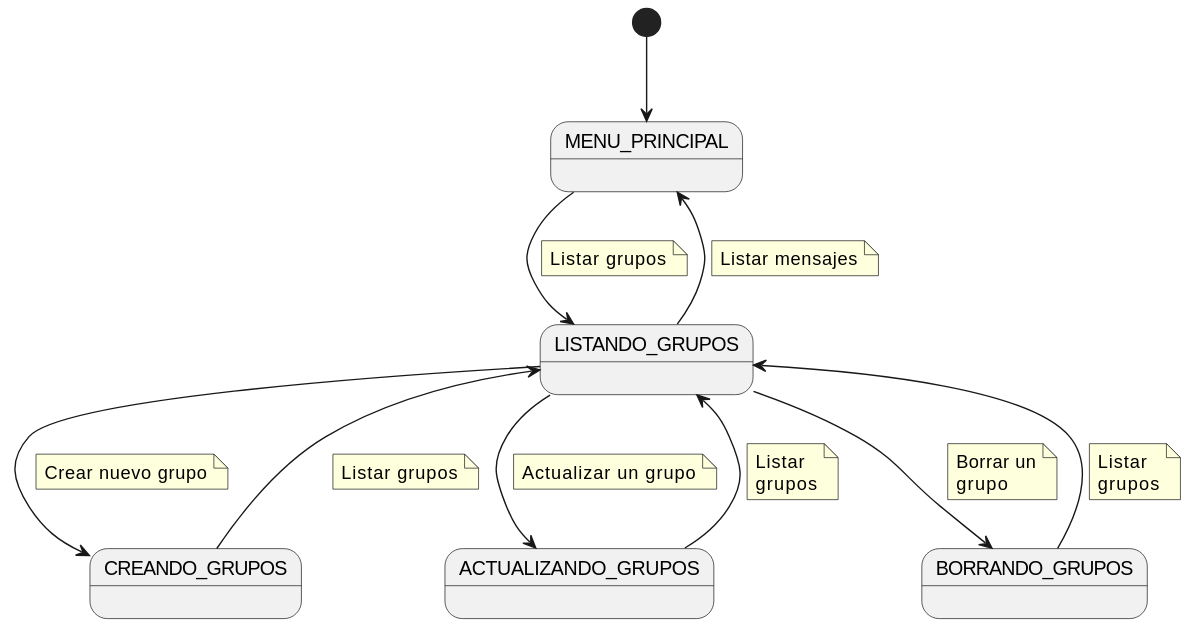
mmasias/24-25-IdSw1-SDR keeps this PlantUML diagram as docs/casosDeUso/diagramaDeContexto/DiagramaDeContextoManejoGrupos/diagramaContextoGrupos.svg. Above is the earlier version.
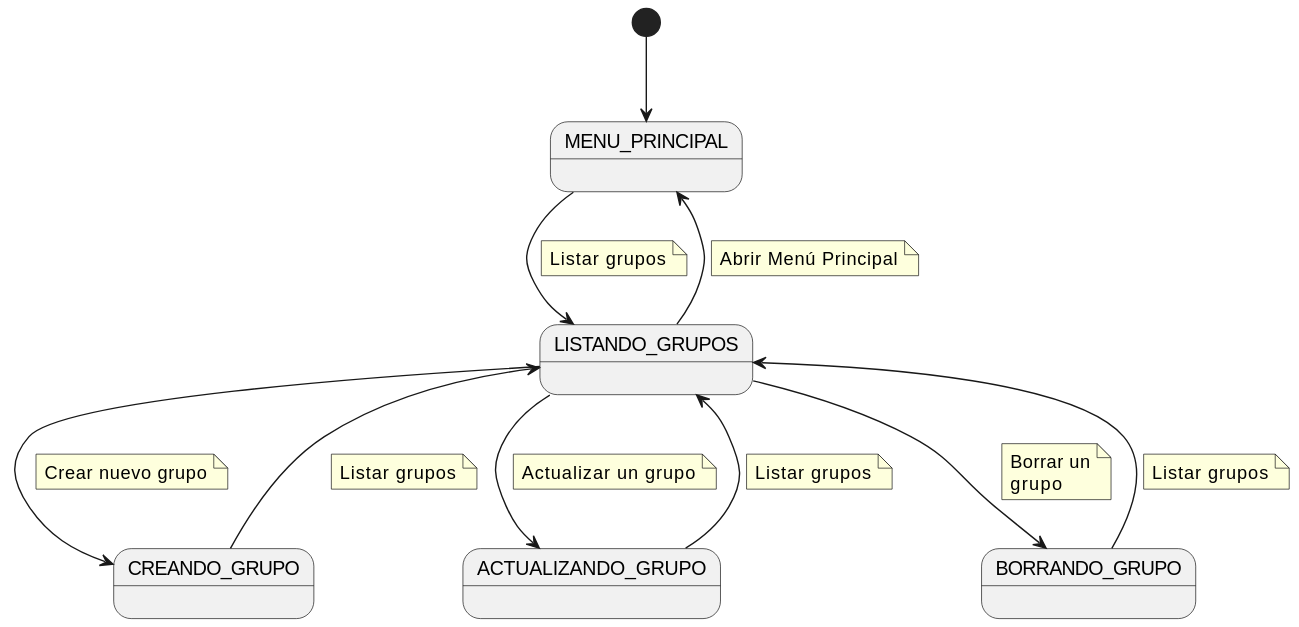
After the change.

What changed in the source:
```diff
@@ -1,9 +1,9 @@
 @startuml
 state "MENU_PRINCIPAL" as MenuPrincipal
 state "LISTANDO_GRUPOS" as Grupos
-state "CREANDO_GRUPOS" as CreandoGrupo
-state "ACTUALIZANDO_GRUPOS" as ActualizandoGrupo
-state "BORRANDO_GRUPOS" as BorrandoGrupo
+state "CREANDO_GRUPO" as CreandoGrupo
+state "ACTUALIZANDO_GRUPO" as ActualizandoGrupo
+state "BORRANDO_GRUPO" as BorrandoGrupo
 
 [*] --> MenuPrincipal
 
@@ -29,8 +29,7 @@
 
 ActualizandoGrupo --> Grupos
     note on link
-        Listar
-        grupos
+        Listar grupos
     end note
 
 Grupos --> BorrandoGrupo
@@ -41,12 +40,11 @@
 
 BorrandoGrupo --> Grupos
     note on link
-        Listar
-        grupos
+        Listar grupos
     end note
 
 Grupos --> MenuPrincipal
     note on link
-        Listar mensajes
+        Abrir Menú Principal
     end note
 @enduml
```
